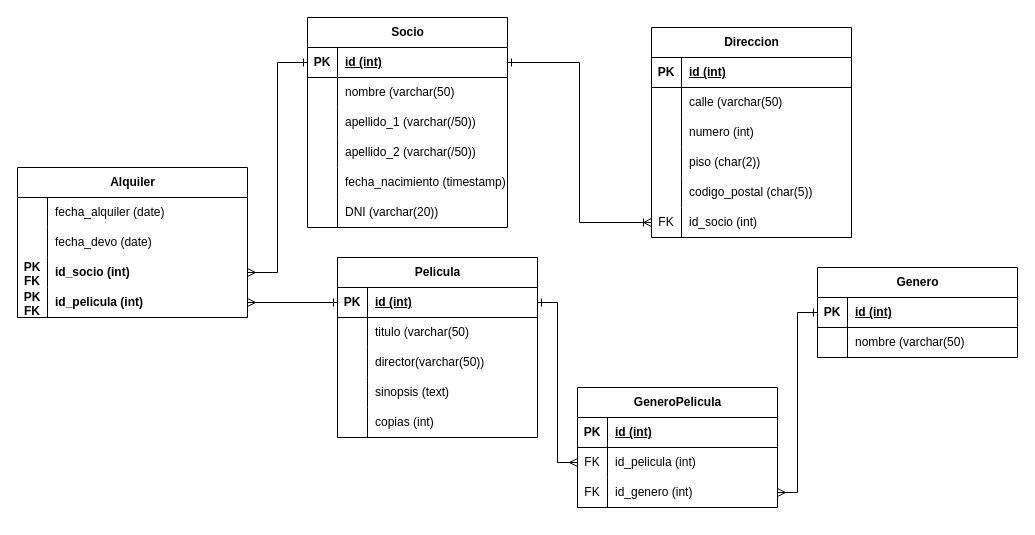
Earlier version of the draw.io diagram Diagrama sin título.drawio (virgulilla/kc-modelado-sql). Source tidied: cells renumbered, new cells numbered last; positions are measured from the earlier drawing's top-left corner, leaving out a move shared by most shapes. Both pictures are drawn from the tidied source at 100%, with x=0, y=0 at pixel (17, 17).
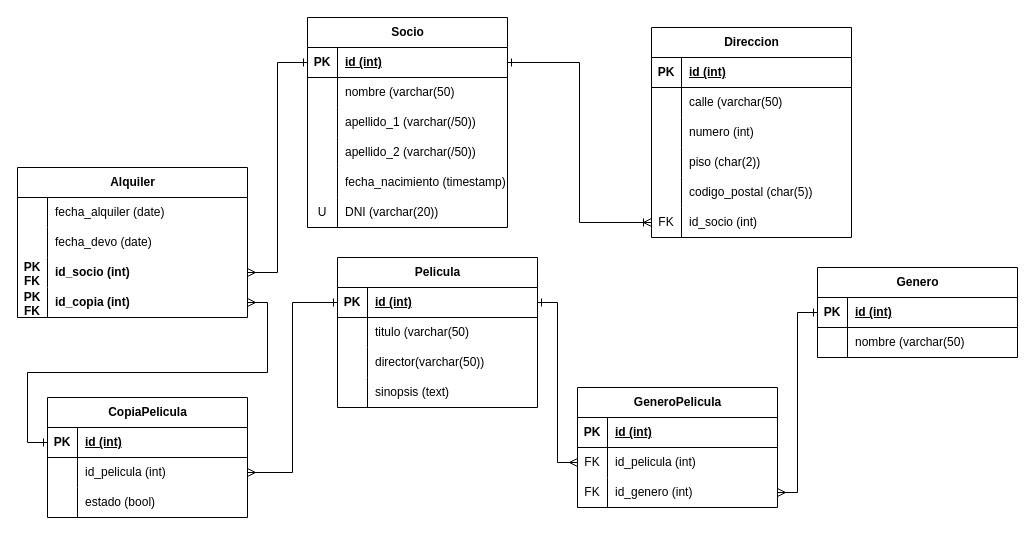
After the change.

Unchanged cells that the change refers to:
```xml
<mxCell id="18" style="shape=tableRow;horizontal=0;startSize=0;swimlaneHead=0;swimlaneBody=0;fillColor=none;top=0;left=0;right=0;bottom=0;" parent="2" vertex="1">
  <mxGeometry y="180" width="200" height="30" as="geometry" />
</mxCell>
<mxCell id="42" style="shape=tableRow;horizontal=0;startSize=0;swimlaneHead=0;swimlaneBody=0;fillColor=none;points=[[0,0.5],[1,0.5]];portConstraint=eastwest;top=0;left=0;right=0;bottom=1;" parent="41" vertex="1">
  <mxGeometry y="30" width="200" height="30" as="geometry" />
</mxCell>
<mxCell id="86" style="shape=tableRow;horizontal=0;startSize=0;swimlaneHead=0;swimlaneBody=0;fillColor=none;points=[[0,0.5],[1,0.5]];portConstraint=eastwest;top=0;left=0;right=0;bottom=0;" parent="76" vertex="1">
  <mxGeometry y="120" width="230" height="30" as="geometry" />
</mxCell>
```

Diff of the diagram source:
```diff
@@
-    <mxCell id="19" style="shape=partialRectangle;fillColor=none;top=0;left=0;bottom=0;right=0;overflow=hidden;whiteSpace=wrap;html=1;" parent="18" vertex="1">
+    <mxCell id="19" value="U" style="shape=partialRectangle;fillColor=none;top=0;left=0;bottom=0;right=0;overflow=hidden;whiteSpace=wrap;html=1;" parent="18" vertex="1">
       <mxGeometry width="30" height="30" as="geometry" />
     </mxCell>
@@
     <mxCell id="41" value="Pelicula" style="shape=table;startSize=30;childLayout=tableLayout;rowLines=0;fontStyle=1;align=center;html=1;" parent="1" vertex="1">
-      <mxGeometry x="320" y="240" width="200" height="180" as="geometry" />
+      <mxGeometry x="320" y="240" width="200" height="150" as="geometry" />
     </mxCell>
@@
-    <mxCell id="54" style="shape=tableRow;horizontal=0;startSize=0;swimlaneHead=0;swimlaneBody=0;fillColor=none;top=0;left=0;right=0;bottom=0;" parent="41" vertex="1">
-      <mxGeometry y="150" width="200" height="30" as="geometry" />
-    </mxCell>
-    <mxCell id="55" style="shape=partialRectangle;fillColor=none;top=0;left=0;bottom=0;right=0;overflow=hidden;whiteSpace=wrap;html=1;" parent="54" vertex="1">
-      <mxGeometry width="30" height="30" as="geometry" />
-    </mxCell>
-    <mxCell id="56" value="copias (int)" style="shape=partialRectangle;fillColor=none;top=0;left=0;bottom=0;right=0;align=left;spacingLeft=6;overflow=hidden;whiteSpace=wrap;html=1;" parent="54" vertex="1">
-      <mxGeometry x="30" width="170" height="30" as="geometry" />
-    </mxCell>
@@
-    <mxCell id="88" value="&lt;b&gt;id_pelicula (int)&lt;/b&gt;" style="shape=partialRectangle;fillColor=none;top=0;left=0;bottom=0;right=0;align=left;spacingLeft=6;overflow=hidden;whiteSpace=wrap;html=1;" parent="86" vertex="1">
+    <mxCell id="88" value="&lt;b&gt;id_copia (int)&lt;/b&gt;" style="shape=partialRectangle;fillColor=none;top=0;left=0;bottom=0;right=0;align=left;spacingLeft=6;overflow=hidden;whiteSpace=wrap;html=1;" parent="86" vertex="1">
       <mxGeometry x="30" width="200" height="30" as="geometry" />
     </mxCell>
-    <mxCell id="89" style="edgeStyle=orthogonalEdgeStyle;rounded=0;jettySize=auto;html=1;startArrow=ERone;startFill=0;endArrow=ERmany;endFill=0;" parent="1" edge="1" source="42" target="86">
+    <mxCell id="89" style="edgeStyle=orthogonalEdgeStyle;rounded=0;jettySize=auto;html=1;startArrow=ERone;startFill=0;endArrow=ERmany;endFill=0;" parent="1" edge="1" source="42" target="95">
       <mxGeometry relative="1" as="geometry" />
     </mxCell>
@@
+    <mxCell id="91" value="CopiaPelicula" style="shape=table;startSize=30;childLayout=tableLayout;rowLines=0;fontStyle=1;align=center;html=1;" parent="1" vertex="1">
+      <mxGeometry x="30" y="380" width="200" height="120" as="geometry" />
+    </mxCell>
+    <mxCell id="92" style="shape=tableRow;horizontal=0;startSize=0;swimlaneHead=0;swimlaneBody=0;fillColor=none;points=[[0,0.5],[1,0.5]];portConstraint=eastwest;top=0;left=0;right=0;bottom=1;" parent="91" vertex="1">
+      <mxGeometry y="30" width="200" height="30" as="geometry" />
+    </mxCell>
+    <mxCell id="93" value="PK" style="shape=partialRectangle;fillColor=none;top=0;left=0;bottom=0;right=0;fontStyle=1;overflow=hidden;whiteSpace=wrap;html=1;" parent="92" vertex="1">
+      <mxGeometry width="30" height="30" as="geometry" />
+    </mxCell>
+    <mxCell id="94" value="id (int)" style="shape=partialRectangle;fillColor=none;top=0;left=0;bottom=0;right=0;align=left;spacingLeft=6;fontStyle=5;overflow=hidden;whiteSpace=wrap;html=1;" parent="92" vertex="1">
+      <mxGeometry x="30" width="170" height="30" as="geometry" />
+    </mxCell>
+    <mxCell id="95" style="shape=tableRow;horizontal=0;startSize=0;swimlaneHead=0;swimlaneBody=0;fillColor=none;points=[[0,0.5],[1,0.5]];portConstraint=eastwest;top=0;left=0;right=0;bottom=0;" parent="91" vertex="1">
+      <mxGeometry y="60" width="200" height="30" as="geometry" />
+    </mxCell>
+    <mxCell id="96" style="shape=partialRectangle;fillColor=none;top=0;left=0;bottom=0;right=0;overflow=hidden;whiteSpace=wrap;html=1;" parent="95" vertex="1">
+      <mxGeometry width="30" height="30" as="geometry" />
+    </mxCell>
+    <mxCell id="97" value="id_pelicula (int)" style="shape=partialRectangle;fillColor=none;top=0;left=0;bottom=0;right=0;align=left;spacingLeft=6;overflow=hidden;whiteSpace=wrap;html=1;" parent="95" vertex="1">
+      <mxGeometry x="30" width="170" height="30" as="geometry" />
+    </mxCell>
+    <mxCell id="98" style="shape=tableRow;horizontal=0;startSize=0;swimlaneHead=0;swimlaneBody=0;fillColor=none;top=0;left=0;right=0;bottom=0;" parent="91" vertex="1">
+      <mxGeometry y="90" width="200" height="30" as="geometry" />
+    </mxCell>
+    <mxCell id="99" style="shape=partialRectangle;fillColor=none;top=0;left=0;bottom=0;right=0;overflow=hidden;whiteSpace=wrap;html=1;" parent="98" vertex="1">
+      <mxGeometry width="30" height="30" as="geometry" />
+    </mxCell>
+    <mxCell id="100" value="estado (bool)" style="shape=partialRectangle;fillColor=none;top=0;left=0;bottom=0;right=0;align=left;spacingLeft=6;overflow=hidden;whiteSpace=wrap;html=1;" parent="98" vertex="1">
+      <mxGeometry x="30" width="170" height="30" as="geometry" />
+    </mxCell>
+    <mxCell id="101" style="edgeStyle=orthogonalEdgeStyle;rounded=0;jettySize=auto;html=1;startArrow=ERone;startFill=0;endArrow=ERmany;endFill=0;" parent="1" edge="1" source="92" target="86">
+      <mxGeometry relative="1" as="geometry" />
+    </mxCell>
```
